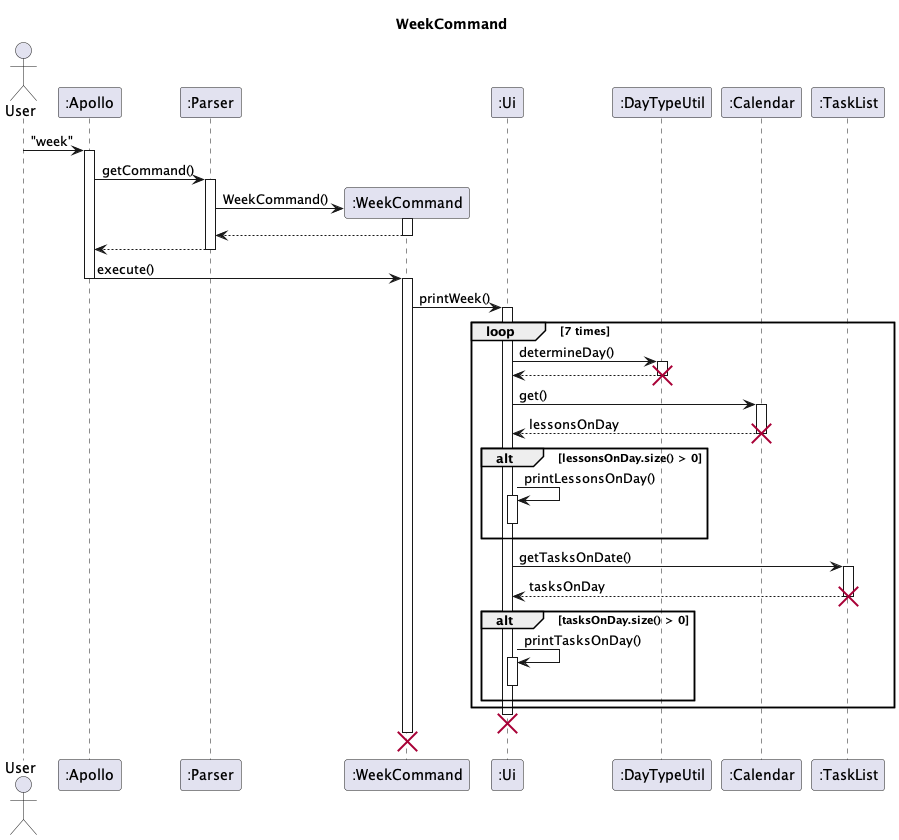
Earlier version of the PlantUML export docs/uml-diagrams/Week-WeekCommand.png (nus-cs2113-AY2223S2/tp).
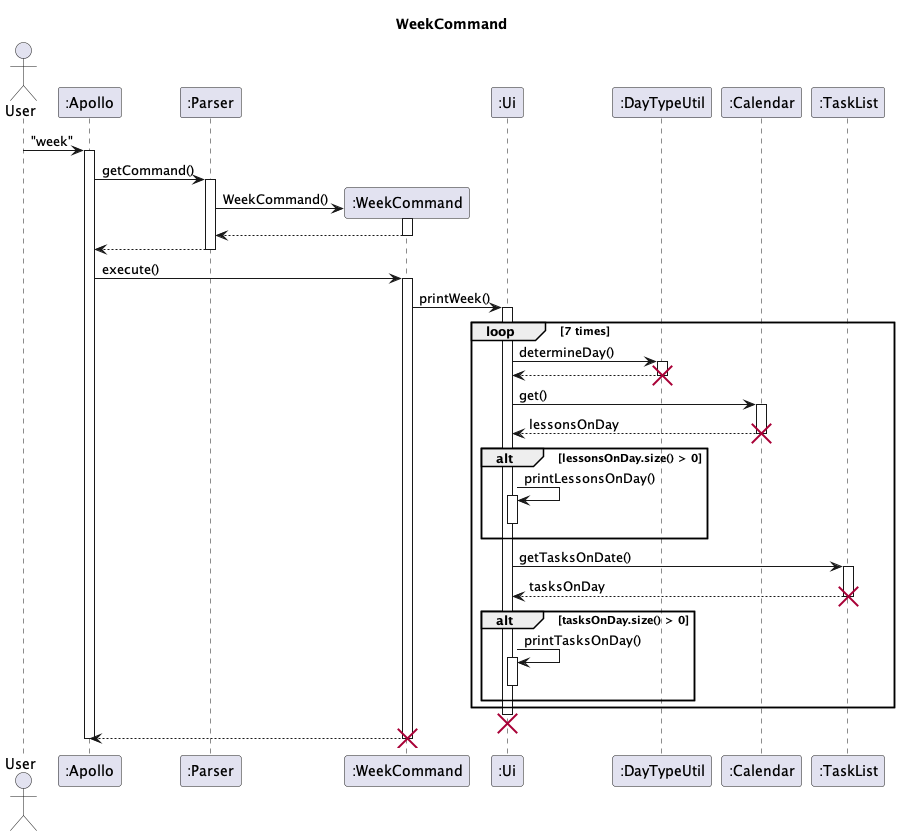
The same diagram one commit later.

Commit message:
Fix Week and AddCommand diagrams (return execute)

What changed in the source:
```diff
@@ -21,7 +21,6 @@
 return
 
 Apollo -> week : execute()
-Apollo --
 activate week
 
 
@@ -55,6 +54,9 @@
     end
 end
 destroy Ui
+week --> Apollo
 destroy week
+Apollo--
+
 
 @enduml
```
